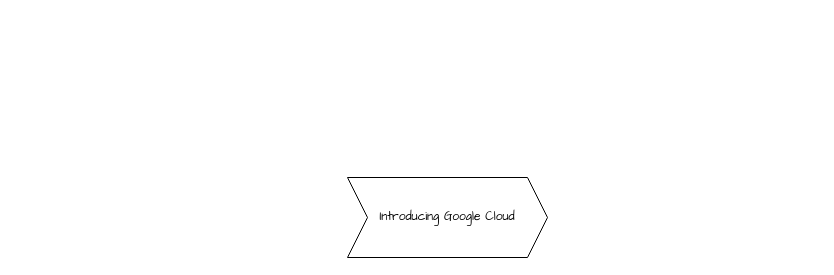
The draw.io diagram page "Introducing Google Cloud" (1 of 4) of Cloud/GCP/Architecting with Google Kubernetes Engine/Google Cloud Fundamentals.drawio in FilledVaccum/MindMaps, before the edit. Source tidied: cells renumbered, new cells numbered last; positions are measured from the earlier drawing's top-left corner, leaving out a move shared by most shapes. Both pictures are drawn from the tidied source at 100%, with x=0, y=0 at pixel (347, 177).
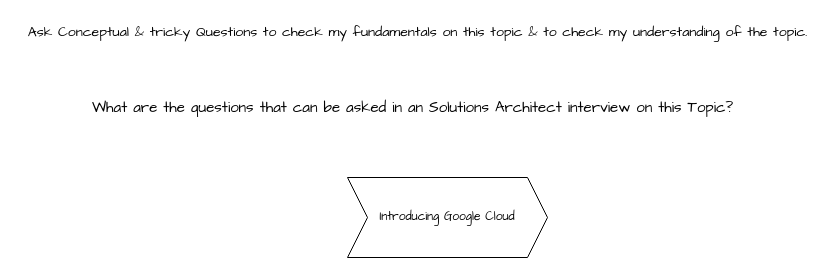
The same page after the edit.

Diff of the diagram source:
```diff
@@
 <mxGraphModel>
   <root>
     <mxCell id="0" />
     <mxCell id="1" parent="0" />
     <mxCell id="2" value="Introducing Google Cloud" style="shape=step;perimeter=stepPerimeter;whiteSpace=wrap;html=1;fixedSize=1;hachureGap=4;fontFamily=Architects Daughter;" parent="1" vertex="1">
       <mxGeometry width="200" height="80" as="geometry" />
     </mxCell>
+    <mxCell id="3" value="&lt;font style=&quot;font-size: 14px;&quot;&gt;Ask Conceptual &amp;amp; tricky Questions to check my fundamentals on this topic &amp;amp; to check my understanding of the topic. &lt;/font&gt;" style="text;html=1;align=center;verticalAlign=middle;strokeColor=none;fillColor=none;fontFamily=Architects Daughter;fontSize=12;fontColor=default;labelBackgroundColor=none;" parent="1" vertex="1">
+      <mxGeometry x="-330" y="-160" width="800" height="30" as="geometry" />
+    </mxCell>
+    <mxCell id="4" value="&lt;div style=&quot;font-size: 14px;&quot; class=&quot;coach-client coach-message-text css-soikf9&quot;&gt;&lt;p&gt;&lt;font style=&quot;font-size: 15px;&quot;&gt;What are the questions that can be asked in an Solutions Architect interview on this Topic?&lt;/font&gt;&lt;/p&gt;&lt;/div&gt;" style="text;html=1;align=center;verticalAlign=middle;strokeColor=none;fillColor=none;fontFamily=Architects Daughter;fontSize=12;fontColor=default;labelBackgroundColor=none;" parent="1" vertex="1">
+      <mxGeometry x="-265" y="-100" width="660" height="60" as="geometry" />
+    </mxCell>
   </root>
 </mxGraphModel>
```
